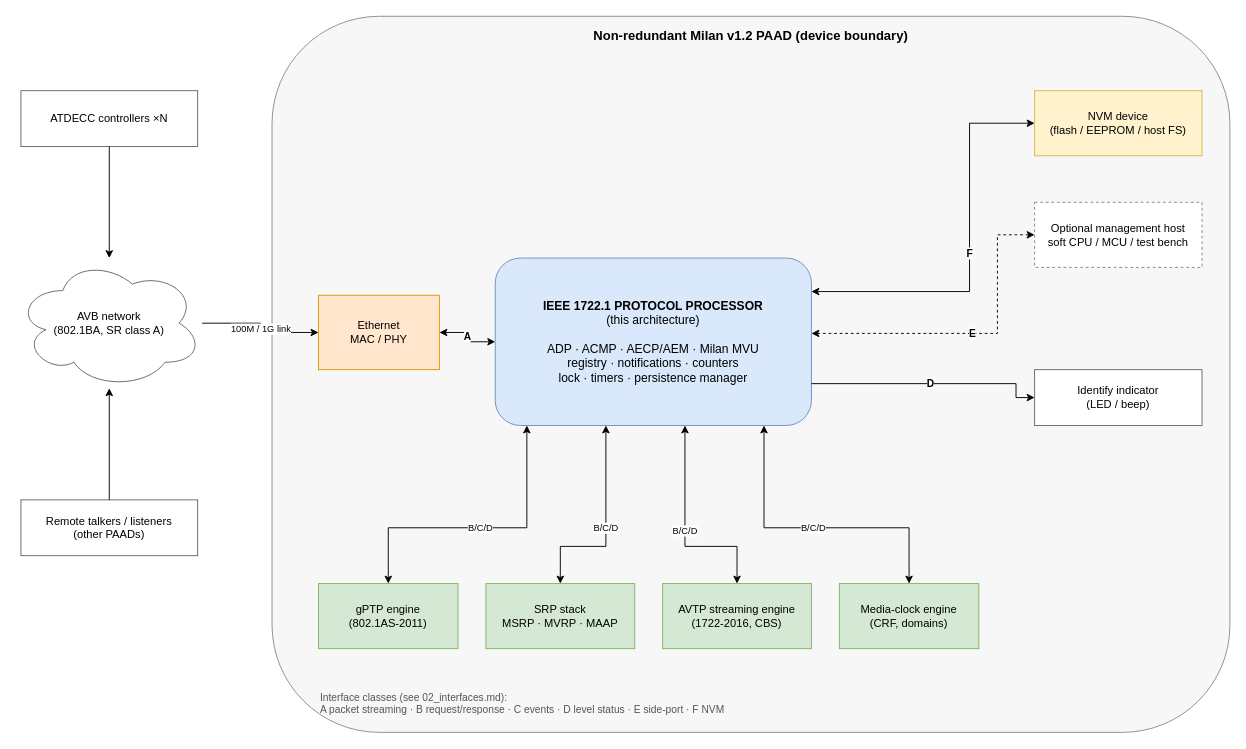
Mister-M-alt/protocol-processor-control-plane-avb-milan keeps this draw.io diagram as docs/diagrams/src/01-system-context.drawio. Above is the earlier version. Source tidied: cells renumbered, new cells numbered last; positions are measured from the earlier drawing's top-left corner, leaving out a move shared by most shapes. Both pictures are drawn from the tidied source at 93%, with x=0, y=0 at pixel (16, 16).
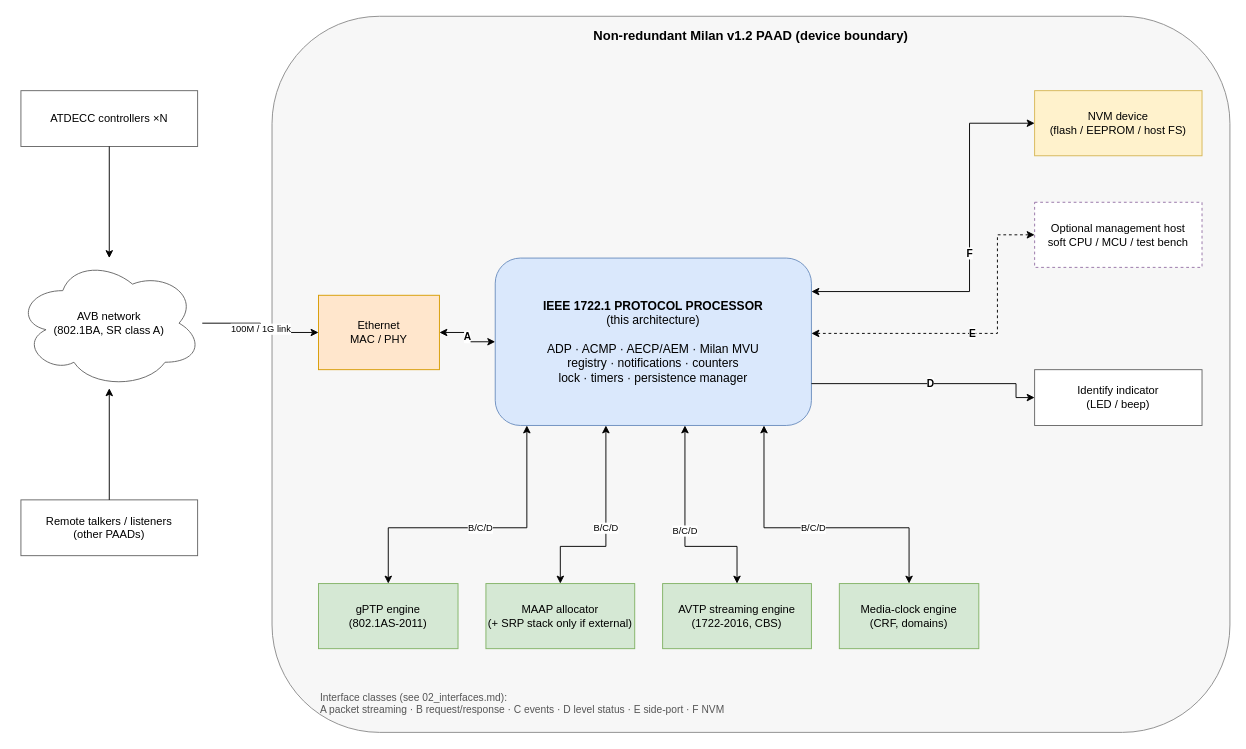
After the change.

The edit, as a diff of the source:
```diff
@@
-    <mxCell id="9" value="SRP stack&#10;MSRP · MVRP · MAAP" style="rounded=0;whiteSpace=wrap;html=1;fillColor=#d5e8d4;strokeColor=#82b366;fontSize=12;" parent="1" vertex="1">
+    <mxCell id="9" value="MAAP allocator&#10;(+ SRP stack only if external)" style="rounded=0;whiteSpace=wrap;html=1;fillColor=#d5e8d4;strokeColor=#82b366;fontSize=12;" parent="1" vertex="1">
       <mxGeometry x="505" y="610" width="160" height="70" as="geometry" />
     </mxCell>
```
